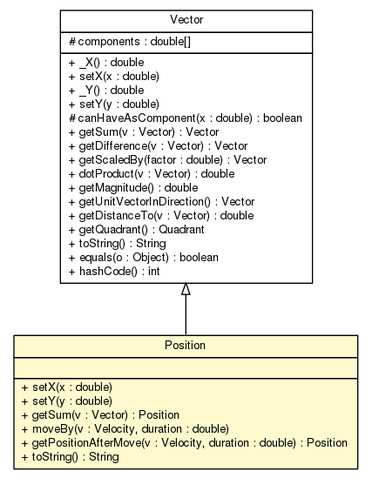
Before: doc/world/physics/vector/Position.png, a diagram exported from Graphviz (sinopeus/asteroids). Its source is kept beside it as doc/world/physics/vector/Position.dot. Source of this version:
```dot

digraph G {
	edge [fontname="Helvetica",fontsize=10,labelfontname="Helvetica",labelfontsize=10];
	node [fontname="Helvetica",fontsize=10,shape=plaintext];
	nodesep=0.25;
	ranksep=0.5;
	c13536 [label=<<table title="world.physics.vector.Position" border="0" cellborder="1" cellspacing="0" cellpadding="2" port="p" bgcolor="lemonChiffon" href="./Position.html">
		<tr><td><table border="0" cellspacing="0" cellpadding="1">
<tr><td align="center" balign="center"> Position </td></tr>
		</table></td></tr>
		<tr><td><table border="0" cellspacing="0" cellpadding="1">
<tr><td align="left" balign="left">  </td></tr>
		</table></td></tr>
		<tr><td><table border="0" cellspacing="0" cellpadding="1">
<tr><td align="left" balign="left"> + setX(x : double) </td></tr>
<tr><td align="left" balign="left"> + setY(y : double) </td></tr>
<tr><td align="left" balign="left"> + getSum(v : Vector) : Position </td></tr>
<tr><td align="left" balign="left"> + moveBy(v : Velocity, duration : double) </td></tr>
<tr><td align="left" balign="left"> + getPositionAfterMove(v : Velocity, duration : double) : Position </td></tr>
<tr><td align="left" balign="left"> + toString() : String </td></tr>
		</table></td></tr>
		</table>>, URL="./Position.html", fontname="Helvetica", fontcolor="black", fontsize=10.0];
	c13538 [label=<<table title="world.physics.vector.Vector" border="0" cellborder="1" cellspacing="0" cellpadding="2" port="p" href="./Vector.html">
		<tr><td><table border="0" cellspacing="0" cellpadding="1">
<tr><td align="center" balign="center"> Vector </td></tr>
		</table></td></tr>
		<tr><td><table border="0" cellspacing="0" cellpadding="1">
<tr><td align="left" balign="left"> # components : double[] </td></tr>
		</table></td></tr>
		<tr><td><table border="0" cellspacing="0" cellpadding="1">
<tr><td align="left" balign="left"> + _X() : double </td></tr>
<tr><td align="left" balign="left"> + setX(x : double) </td></tr>
<tr><td align="left" balign="left"> + _Y() : double </td></tr>
<tr><td align="left" balign="left"> + setY(y : double) </td></tr>
<tr><td align="left" balign="left"> # canHaveAsComponent(x : double) : boolean </td></tr>
<tr><td align="left" balign="left"> + getSum(v : Vector) : Vector </td></tr>
<tr><td align="left" balign="left"> + getDifference(v : Vector) : Vector </td></tr>
<tr><td align="left" balign="left"> + getScaledBy(factor : double) : Vector </td></tr>
<tr><td align="left" balign="left"> + dotProduct(v : Vector) : double </td></tr>
<tr><td align="left" balign="left"> + getMagnitude() : double </td></tr>
<tr><td align="left" balign="left"> + getUnitVectorInDirection() : Vector </td></tr>
<tr><td align="left" balign="left"> + getDistanceTo(v : Vector) : double </td></tr>
<tr><td align="left" balign="left"> + getQuadrant() : Quadrant </td></tr>
<tr><td align="left" balign="left"> + toString() : String </td></tr>
<tr><td align="left" balign="left"> + equals(o : Object) : boolean </td></tr>
<tr><td align="left" balign="left"> + hashCode() : int </td></tr>
		</table></td></tr>
		</table>>, URL="./Vector.html", fontname="Helvetica", fontcolor="black", fontsize=10.0];
	c13538:p -> c13536:p [dir=back,arrowtail=empty];
}
```
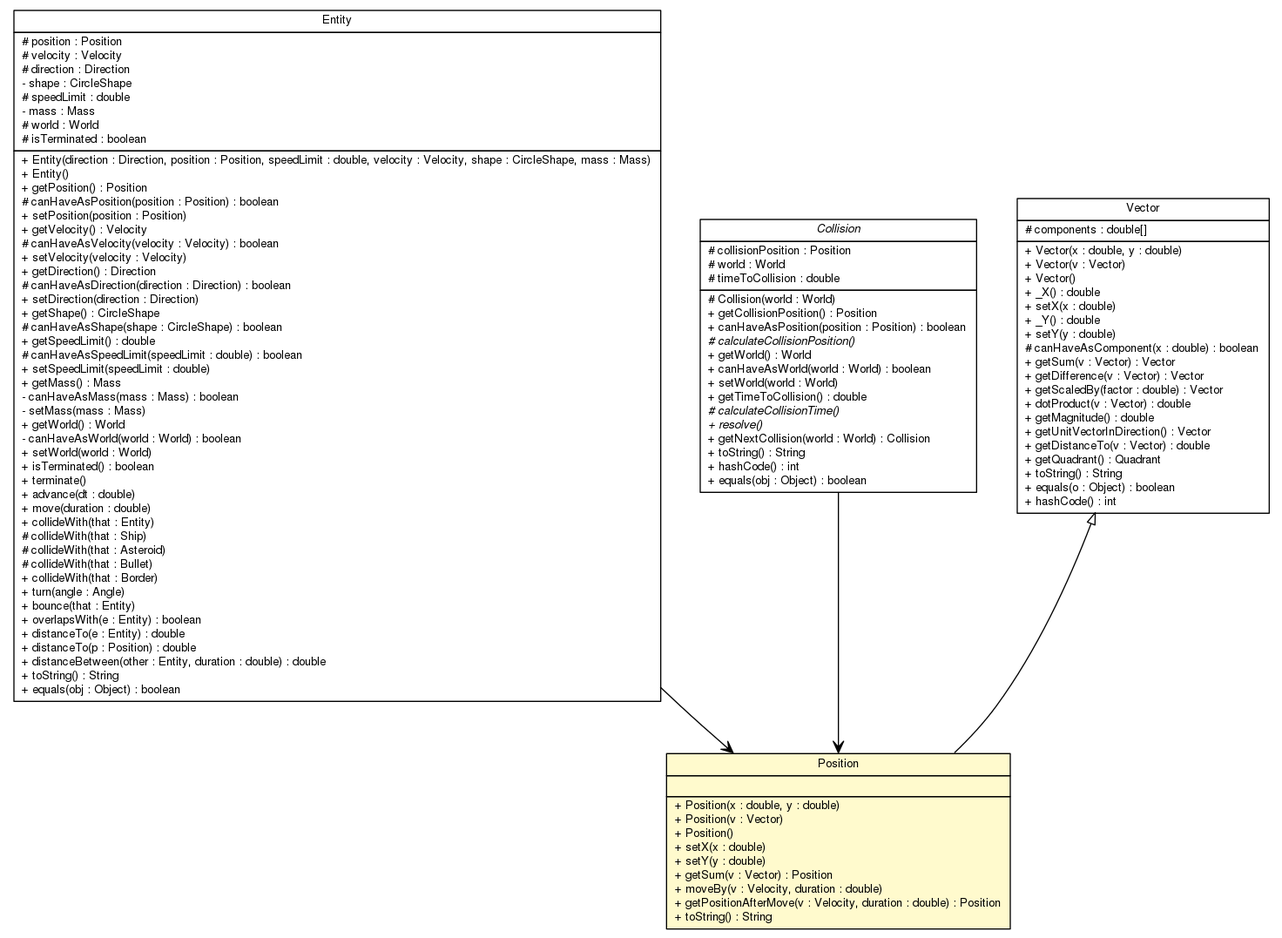
The same file after the commit.

Change to the diagram source:
```diff
@@ -4,7 +4,89 @@
 	node [fontname="Helvetica",fontsize=10,shape=plaintext];
 	nodesep=0.25;
 	ranksep=0.5;
-	c13536 [label=<<table title="world.physics.vector.Position" border="0" cellborder="1" cellspacing="0" cellpadding="2" port="p" bgcolor="lemonChiffon" href="./Position.html">
+	c13567 [label=<<table title="world.entity.Entity" border="0" cellborder="1" cellspacing="0" cellpadding="2" port="p" href="../../entity/Entity.html">
+		<tr><td><table border="0" cellspacing="0" cellpadding="1">
+<tr><td align="center" balign="center"> Entity </td></tr>
+		</table></td></tr>
+		<tr><td><table border="0" cellspacing="0" cellpadding="1">
+<tr><td align="left" balign="left"> # position : Position </td></tr>
+<tr><td align="left" balign="left"> # velocity : Velocity </td></tr>
+<tr><td align="left" balign="left"> # direction : Direction </td></tr>
+<tr><td align="left" balign="left"> - shape : CircleShape </td></tr>
+<tr><td align="left" balign="left"> # speedLimit : double </td></tr>
+<tr><td align="left" balign="left"> - mass : Mass </td></tr>
+<tr><td align="left" balign="left"> # world : World </td></tr>
+<tr><td align="left" balign="left"> # isTerminated : boolean </td></tr>
+		</table></td></tr>
+		<tr><td><table border="0" cellspacing="0" cellpadding="1">
+<tr><td align="left" balign="left"> + Entity(direction : Direction, position : Position, speedLimit : double, velocity : Velocity, shape : CircleShape, mass : Mass) </td></tr>
+<tr><td align="left" balign="left"> + Entity() </td></tr>
+<tr><td align="left" balign="left"> + getPosition() : Position </td></tr>
+<tr><td align="left" balign="left"> # canHaveAsPosition(position : Position) : boolean </td></tr>
+<tr><td align="left" balign="left"> + setPosition(position : Position) </td></tr>
+<tr><td align="left" balign="left"> + getVelocity() : Velocity </td></tr>
+<tr><td align="left" balign="left"> # canHaveAsVelocity(velocity : Velocity) : boolean </td></tr>
+<tr><td align="left" balign="left"> + setVelocity(velocity : Velocity) </td></tr>
+<tr><td align="left" balign="left"> + getDirection() : Direction </td></tr>
+<tr><td align="left" balign="left"> # canHaveAsDirection(direction : Direction) : boolean </td></tr>
+<tr><td align="left" balign="left"> + setDirection(direction : Direction) </td></tr>
+<tr><td align="left" balign="left"> + getShape() : CircleShape </td></tr>
+<tr><td align="left" balign="left"> # canHaveAsShape(shape : CircleShape) : boolean </td></tr>
+<tr><td align="left" balign="left"> + getSpeedLimit() : double </td></tr>
+<tr><td align="left" balign="left"> # canHaveAsSpeedLimit(speedLimit : double) : boolean </td></tr>
+<tr><td align="left" balign="left"> + setSpeedLimit(speedLimit : double) </td></tr>
+<tr><td align="left" balign="left"> + getMass() : Mass </td></tr>
+<tr><td align="left" balign="left"> - canHaveAsMass(mass : Mass) : boolean </td></tr>
+<tr><td align="left" balign="left"> - setMass(mass : Mass) </td></tr>
+<tr><td align="left" balign="left"> + getWorld() : World </td></tr>
+<tr><td align="left" balign="left"> - canHaveAsWorld(world : World) : boolean </td></tr>
+<tr><td align="left" balign="left"> + setWorld(world : World) </td></tr>
+<tr><td align="left" balign="left"> + isTerminated() : boolean </td></tr>
+<tr><td align="left" balign="left"> + terminate() </td></tr>
+<tr><td align="left" balign="left"> + advance(dt : double) </td></tr>
+<tr><td align="left" balign="left"> + move(duration : double) </td></tr>
+<tr><td align="left" balign="left"> + collideWith(that : Entity) </td></tr>
+<tr><td align="left" balign="left"> # collideWith(that : Ship) </td></tr>
+<tr><td align="left" balign="left"> # collideWith(that : Asteroid) </td></tr>
+<tr><td align="left" balign="left"> # collideWith(that : Bullet) </td></tr>
+<tr><td align="left" balign="left"> + collideWith(that : Border) </td></tr>
+<tr><td align="left" balign="left"> + turn(angle : Angle) </td></tr>
+<tr><td align="left" balign="left"> + bounce(that : Entity) </td></tr>
+<tr><td align="left" balign="left"> + overlapsWith(e : Entity) : boolean </td></tr>
+<tr><td align="left" balign="left"> + distanceTo(e : Entity) : double </td></tr>
+<tr><td align="left" balign="left"> + distanceTo(p : Position) : double </td></tr>
+<tr><td align="left" balign="left"> + distanceBetween(other : Entity, duration : double) : double </td></tr>
+<tr><td align="left" balign="left"> + toString() : String </td></tr>
+<tr><td align="left" balign="left"> + equals(obj : Object) : boolean </td></tr>
+		</table></td></tr>
+		</table>>, URL="../../entity/Entity.html", fontname="Helvetica", fontcolor="black", fontsize=10.0];
+	c13573 [label=<<table title="world.physics.collision.Collision" border="0" cellborder="1" cellspacing="0" cellpadding="2" port="p" href="../collision/Collision.html">
+		<tr><td><table border="0" cellspacing="0" cellpadding="1">
+<tr><td align="center" balign="center"><font face="Helvetica-Oblique"> Collision </font></td></tr>
+		</table></td></tr>
+		<tr><td><table border="0" cellspacing="0" cellpadding="1">
+<tr><td align="left" balign="left"> # collisionPosition : Position </td></tr>
+<tr><td align="left" balign="left"> # world : World </td></tr>
+<tr><td align="left" balign="left"> # timeToCollision : double </td></tr>
+		</table></td></tr>
+		<tr><td><table border="0" cellspacing="0" cellpadding="1">
+<tr><td align="left" balign="left"> # Collision(world : World) </td></tr>
+<tr><td align="left" balign="left"> + getCollisionPosition() : Position </td></tr>
+<tr><td align="left" balign="left"> + canHaveAsPosition(position : Position) : boolean </td></tr>
+<tr><td align="left" balign="left"><font face="Helvetica-Oblique" point-size="10.0"> # calculateCollisionPosition() </font></td></tr>
+<tr><td align="left" balign="left"> + getWorld() : World </td></tr>
+<tr><td align="left" balign="left"> + canHaveAsWorld(world : World) : boolean </td></tr>
+<tr><td align="left" balign="left"> + setWorld(world : World) </td></tr>
+<tr><td align="left" balign="left"> + getTimeToCollision() : double </td></tr>
+<tr><td align="left" balign="left"><font face="Helvetica-Oblique" point-size="10.0"> # calculateCollisionTime() </font></td></tr>
+<tr><td align="left" balign="left"><font face="Helvetica-Oblique" point-size="10.0"> + resolve() </font></td></tr>
+<tr><td align="left" balign="left"> + getNextCollision(world : World) : Collision </td></tr>
+<tr><td align="left" balign="left"> + toString() : String </td></tr>
+<tr><td align="left" balign="left"> + hashCode() : int </td></tr>
+<tr><td align="left" balign="left"> + equals(obj : Object) : boolean </td></tr>
+		</table></td></tr>
+		</table>>, URL="../collision/Collision.html", fontname="Helvetica", fontcolor="black", fontsize=10.0];
+	c13583 [label=<<table title="world.physics.vector.Position" border="0" cellborder="1" cellspacing="0" cellpadding="2" port="p" bgcolor="lemonChiffon" href="./Position.html">
 		<tr><td><table border="0" cellspacing="0" cellpadding="1">
 <tr><td align="center" balign="center"> Position </td></tr>
 		</table></td></tr>
@@ -12,6 +94,9 @@
 <tr><td align="left" balign="left">  </td></tr>
 		</table></td></tr>
 		<tr><td><table border="0" cellspacing="0" cellpadding="1">
+<tr><td align="left" balign="left"> + Position(x : double, y : double) </td></tr>
+<tr><td align="left" balign="left"> + Position(v : Vector) </td></tr>
+<tr><td align="left" balign="left"> + Position() </td></tr>
 <tr><td align="left" balign="left"> + setX(x : double) </td></tr>
 <tr><td align="left" balign="left"> + setY(y : double) </td></tr>
 <tr><td align="left" balign="left"> + getSum(v : Vector) : Position </td></tr>
@@ -20,7 +105,7 @@
 <tr><td align="left" balign="left"> + toString() : String </td></tr>
 		</table></td></tr>
 		</table>>, URL="./Position.html", fontname="Helvetica", fontcolor="black", fontsize=10.0];
-	c13538 [label=<<table title="world.physics.vector.Vector" border="0" cellborder="1" cellspacing="0" cellpadding="2" port="p" href="./Vector.html">
+	c13585 [label=<<table title="world.physics.vector.Vector" border="0" cellborder="1" cellspacing="0" cellpadding="2" port="p" href="./Vector.html">
 		<tr><td><table border="0" cellspacing="0" cellpadding="1">
 <tr><td align="center" balign="center"> Vector </td></tr>
 		</table></td></tr>
@@ -28,6 +113,9 @@
 <tr><td align="left" balign="left"> # components : double[] </td></tr>
 		</table></td></tr>
 		<tr><td><table border="0" cellspacing="0" cellpadding="1">
+<tr><td align="left" balign="left"> + Vector(x : double, y : double) </td></tr>
+<tr><td align="left" balign="left"> + Vector(v : Vector) </td></tr>
+<tr><td align="left" balign="left"> + Vector() </td></tr>
 <tr><td align="left" balign="left"> + _X() : double </td></tr>
 <tr><td align="left" balign="left"> + setX(x : double) </td></tr>
 <tr><td align="left" balign="left"> + _Y() : double </td></tr>
@@ -46,5 +134,7 @@
 <tr><td align="left" balign="left"> + hashCode() : int </td></tr>
 		</table></td></tr>
 		</table>>, URL="./Vector.html", fontname="Helvetica", fontcolor="black", fontsize=10.0];
-	c13538:p -> c13536:p [dir=back,arrowtail=empty];
+	c13585:p -> c13583:p [dir=back,arrowtail=empty];
+	c13567:p -> c13583:p [taillabel="", label="", headlabel="", fontname="Helvetica", fontcolor="black", fontsize=10.0, color="black", arrowhead=open];
+	c13573:p -> c13583:p [taillabel="", label="", headlabel="", fontname="Helvetica", fontcolor="black", fontsize=10.0, color="black", arrowhead=open];
 }
```
